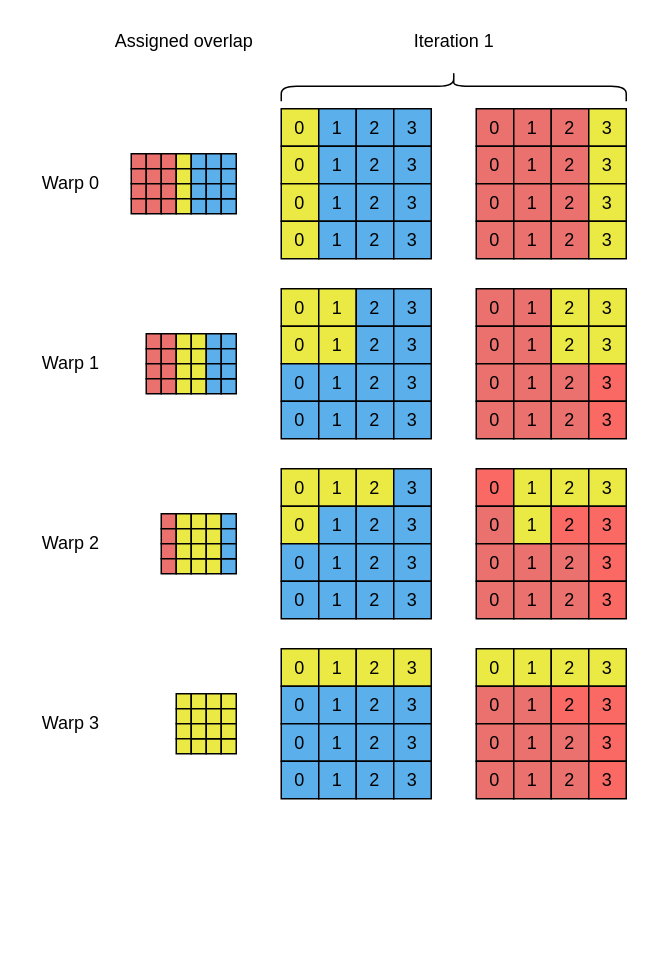
Earlier version of the draw.io diagram page "SharedMemAlongX" (4 of 9) of en/img/warp_per_shift.drawio (MK4H/DPText). Source tidied: cells renumbered, new cells numbered last; positions are measured from the earlier drawing's top-left corner, leaving out a move shared by most shapes. Both pictures are drawn from the tidied source at 150%, with x=0, y=0 at pixel (26, -87).
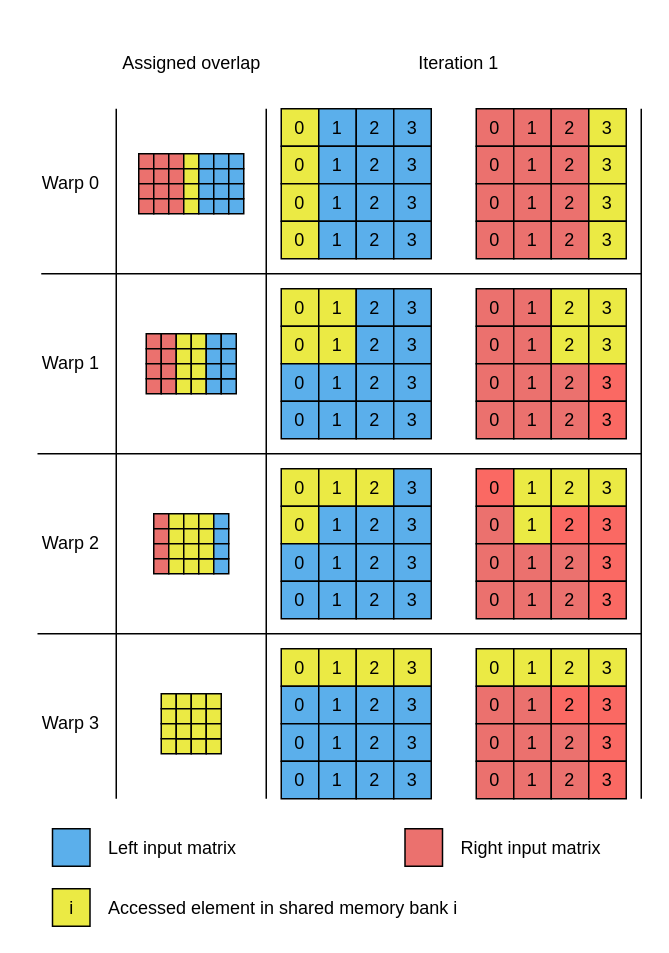
The same diagram, later.

Change to the diagram source:
```diff
@@
     <mxCell id="2" style="group;" parent="1" vertex="1">
-      <mxGeometry x="70" y="160" width="70" height="40" as="geometry" />
+      <mxGeometry x="75" y="160" width="70" height="40" as="geometry" />
     </mxCell>
@@
     <mxCell id="184" style="group;" parent="1" vertex="1">
-      <mxGeometry x="90" y="400" width="50" height="40" as="geometry" />
+      <mxGeometry x="85" y="400" width="50" height="40" as="geometry" />
     </mxCell>
@@
     <mxCell id="205" style="group;" parent="1" vertex="1">
-      <mxGeometry x="100" y="520" width="40" height="40" as="geometry" />
+      <mxGeometry x="90" y="520" width="40" height="40" as="geometry" />
     </mxCell>
@@
-    <mxCell id="222" style="shape=curlyBracket;whiteSpace=wrap;html=1;rounded=1;flipH=1;fillColor=#EBEA44;rotation=-90;" parent="1" vertex="1">
-      <mxGeometry x="275" width="20" height="230" as="geometry" />
-    </mxCell>
     <mxCell id="223" value="Iteration 1" style="text;html=1;align=center;verticalAlign=middle;strokeColor=none;fillColor=none;" parent="1" vertex="1">
-      <mxGeometry x="250" y="75" width="70" height="20" as="geometry" />
+      <mxGeometry x="252.5" y="90" width="70" height="20" as="geometry" />
     </mxCell>
@@
     <mxCell id="228" value="Assigned overlap" style="text;html=1;align=center;verticalAlign=middle;strokeColor=none;fillColor=none;" parent="1" vertex="1">
-      <mxGeometry x="50" y="75" width="110" height="20" as="geometry" />
+      <mxGeometry x="55" y="90" width="110" height="20" as="geometry" />
     </mxCell>
+    <mxCell id="229" style="endArrow=none;html=1;rounded=0;fontSize=20;endSize=3;strokeColor=#000000;" parent="1" edge="1">
+      <mxGeometry relative="1" as="geometry">
+        <mxPoint x="60" y="590" as="sourcePoint" />
+        <mxPoint x="60" y="130" as="targetPoint" />
+      </mxGeometry>
+    </mxCell>
+    <mxCell id="230" style="endArrow=none;html=1;rounded=0;fontSize=20;endSize=3;strokeColor=#000000;" parent="1" edge="1">
+      <mxGeometry relative="1" as="geometry">
+        <mxPoint x="10" y="240" as="sourcePoint" />
+        <mxPoint x="410" y="240" as="targetPoint" />
+      </mxGeometry>
+    </mxCell>
+    <mxCell id="231" style="endArrow=none;html=1;rounded=0;fontSize=20;endSize=3;strokeColor=#000000;" parent="1" edge="1">
+      <mxGeometry relative="1" as="geometry">
+        <mxPoint x="7.5" y="360" as="sourcePoint" />
+        <mxPoint x="410" y="360" as="targetPoint" />
+      </mxGeometry>
+    </mxCell>
+    <mxCell id="232" style="endArrow=none;html=1;rounded=0;fontSize=20;endSize=3;strokeColor=#000000;" parent="1" edge="1">
+      <mxGeometry relative="1" as="geometry">
+        <mxPoint x="7.5" y="480" as="sourcePoint" />
+        <mxPoint x="410" y="480" as="targetPoint" />
+      </mxGeometry>
+    </mxCell>
+    <mxCell id="233" style="endArrow=none;html=1;rounded=0;fontSize=20;endSize=3;strokeColor=#000000;" parent="1" edge="1">
+      <mxGeometry relative="1" as="geometry">
+        <mxPoint x="160" y="590" as="sourcePoint" />
+        <mxPoint x="160" y="130" as="targetPoint" />
+      </mxGeometry>
+    </mxCell>
+    <mxCell id="234" style="endArrow=none;html=1;rounded=0;fontSize=20;endSize=3;strokeColor=#000000;" parent="1" edge="1">
+      <mxGeometry relative="1" as="geometry">
+        <mxPoint x="410" y="590" as="sourcePoint" />
+        <mxPoint x="410" y="130" as="targetPoint" />
+      </mxGeometry>
+    </mxCell>
+    <mxCell id="235" style="rounded=0;whiteSpace=wrap;html=1;fillColor=#5BAFEB;" parent="1" vertex="1">
+      <mxGeometry x="17.5" y="610" width="25" height="25" as="geometry" />
+    </mxCell>
+    <mxCell id="236" style="rounded=0;whiteSpace=wrap;html=1;fillColor=#EB716E;" parent="1" vertex="1">
+      <mxGeometry x="252.5" y="610" width="25" height="25" as="geometry" />
+    </mxCell>
+    <mxCell id="237" value="i" style="rounded=0;whiteSpace=wrap;html=1;fillColor=#EBEA44;" parent="1" vertex="1">
+      <mxGeometry x="17.5" y="650" width="25" height="25" as="geometry" />
+    </mxCell>
+    <mxCell id="238" value="Left input matrix" style="text;html=1;align=left;verticalAlign=middle;strokeColor=none;fillColor=none;" parent="1" vertex="1">
+      <mxGeometry x="52.5" y="612.5" width="100" height="20" as="geometry" />
+    </mxCell>
+    <mxCell id="239" value="Right input matrix" style="text;html=1;align=left;verticalAlign=middle;strokeColor=none;fillColor=none;" parent="1" vertex="1">
+      <mxGeometry x="287.5" y="612.5" width="110" height="20" as="geometry" />
+    </mxCell>
+    <mxCell id="240" value="Accessed element in shared memory bank i" style="text;html=1;align=left;verticalAlign=middle;strokeColor=none;fillColor=none;" parent="1" vertex="1">
+      <mxGeometry x="52.5" y="652.5" width="250" height="20" as="geometry" />
+    </mxCell>
```
